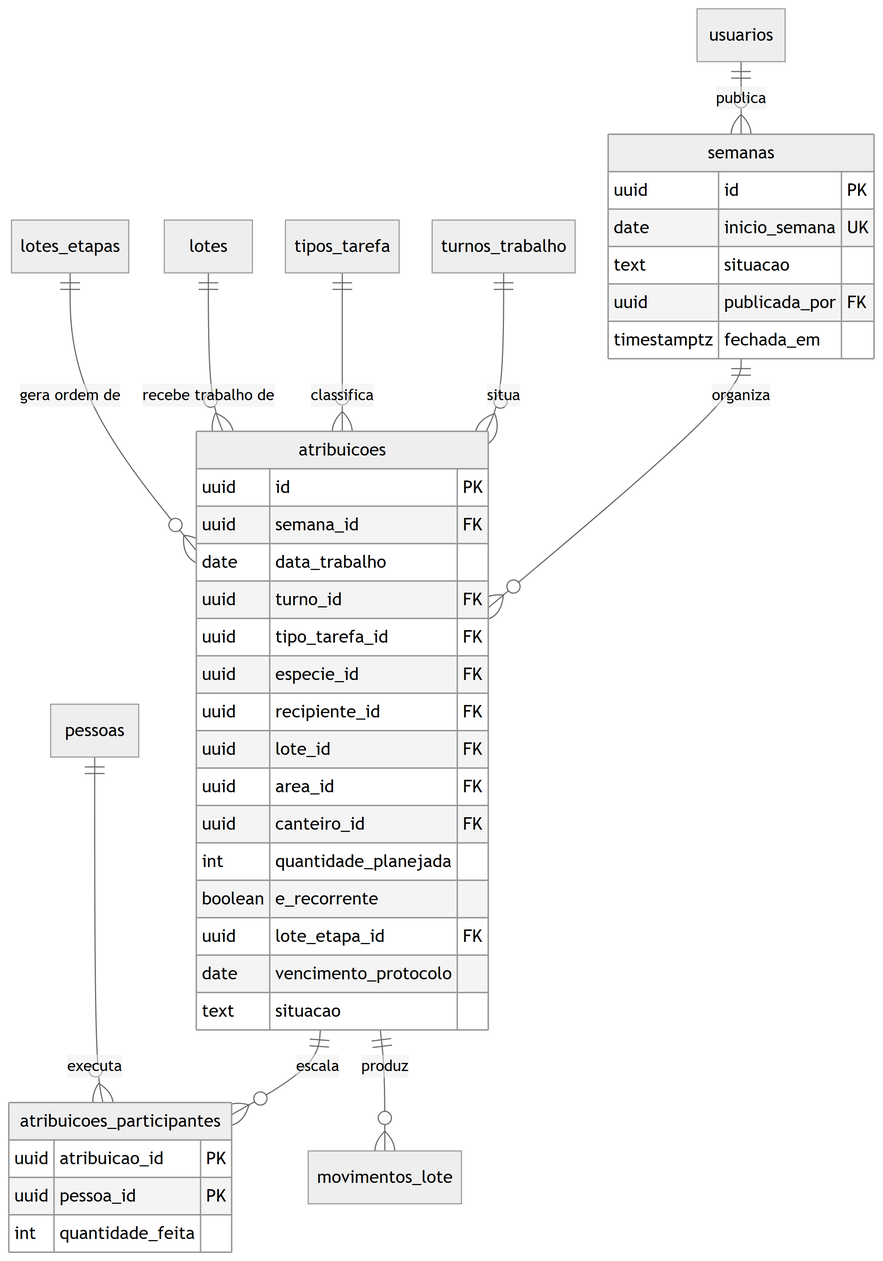
This is docs/engenharia/modelo-dados-pt/img/fig14-producao-agenda.png from JoaoMudar/tcc, a Mermaid export, as it was before one commit. Its source is kept beside it as docs/engenharia/modelo-dados-pt/mmd/fig14-producao-agenda.mmd.
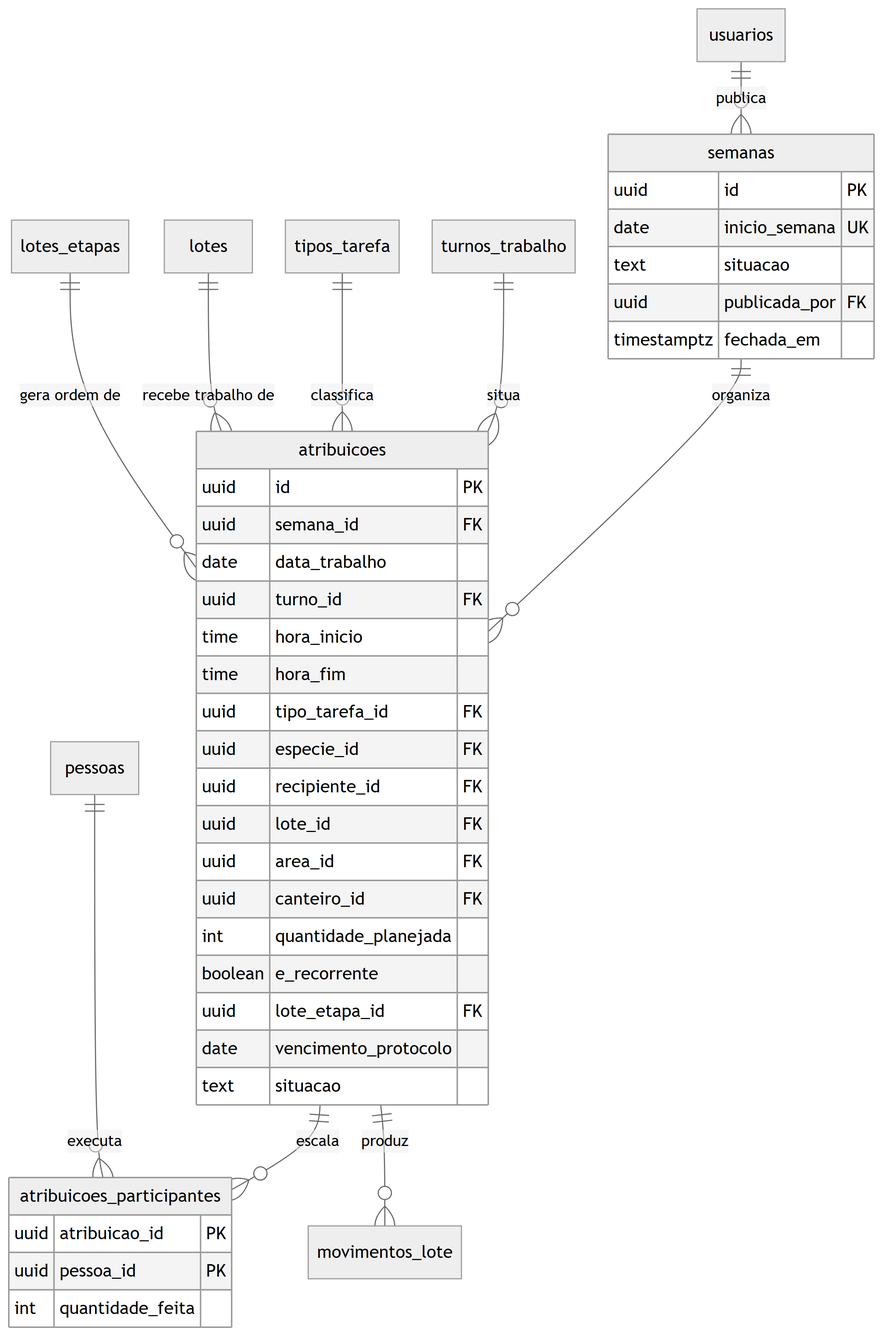
The same diagram one commit later.

Diff of the diagram source:
```diff
@@ -11,6 +11,8 @@
     uuid    semana_id FK
     date    data_trabalho
     uuid    turno_id FK
+    time    hora_inicio
+    time    hora_fim
     uuid    tipo_tarefa_id FK
     uuid    especie_id FK
     uuid    recipiente_id FK
```
